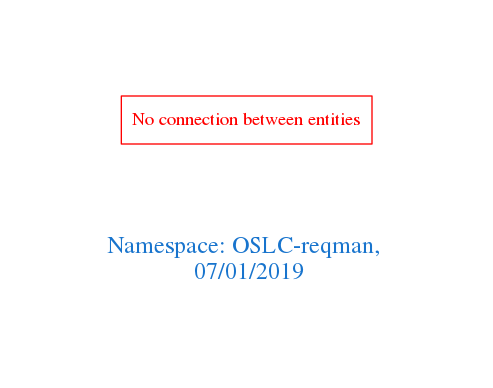
Before: downloads/OSLC-reqman.png, a diagram exported from Graphviz (arago/OGIT). Its source is kept beside it as downloads/OSLC-reqman.dot.
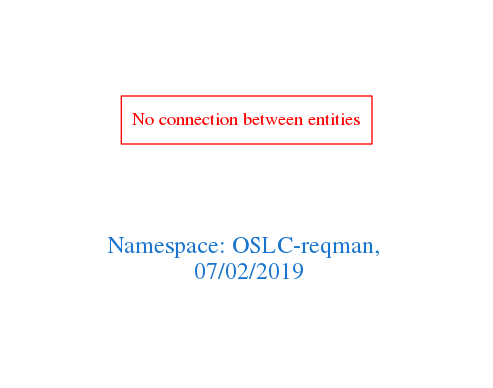
Later version of the same file.

Change to the diagram source:
```diff
@@ -1,7 +1,7 @@
 digraph OGIT_ontology {
  graph [ rankdir= LR,pad=1
 fontsize = 18,
-fontcolor= dodgerblue3,label = "\n\n\nNamespace: OSLC-reqman, \n 07/01/2019"];
+fontcolor= dodgerblue3,label = "\n\n\nNamespace: OSLC-reqman, \n 07/02/2019"];
 node[shape=polygon];
 edge [  color="gray81"];
 
```
